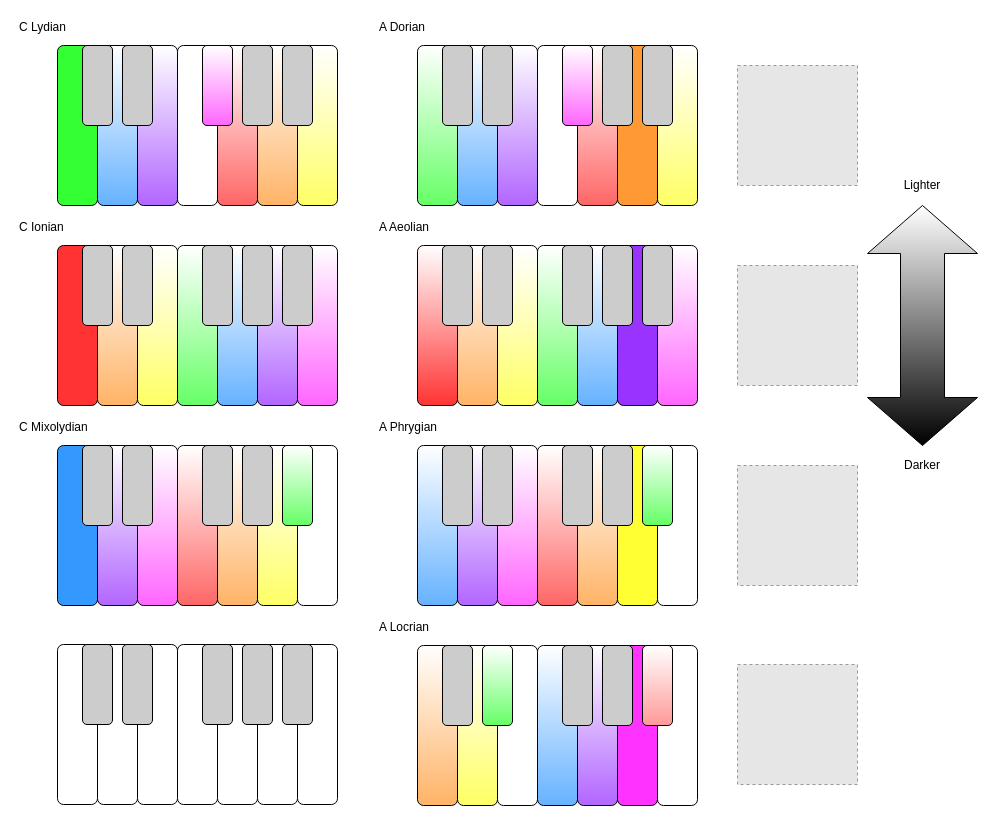
This is images/Modes.drawio from BenBarrett89/miscellaneous, a draw.io file, before an edit. Source tidied: cells renumbered, new cells numbered last; positions are measured from the earlier drawing's top-left corner, leaving out a move shared by most shapes. Both pictures are drawn from the tidied source at 100%, with x=0, y=0 at pixel (17, 17). Pictures stored in the file or linked from it are replaced by grey dashed boxes.
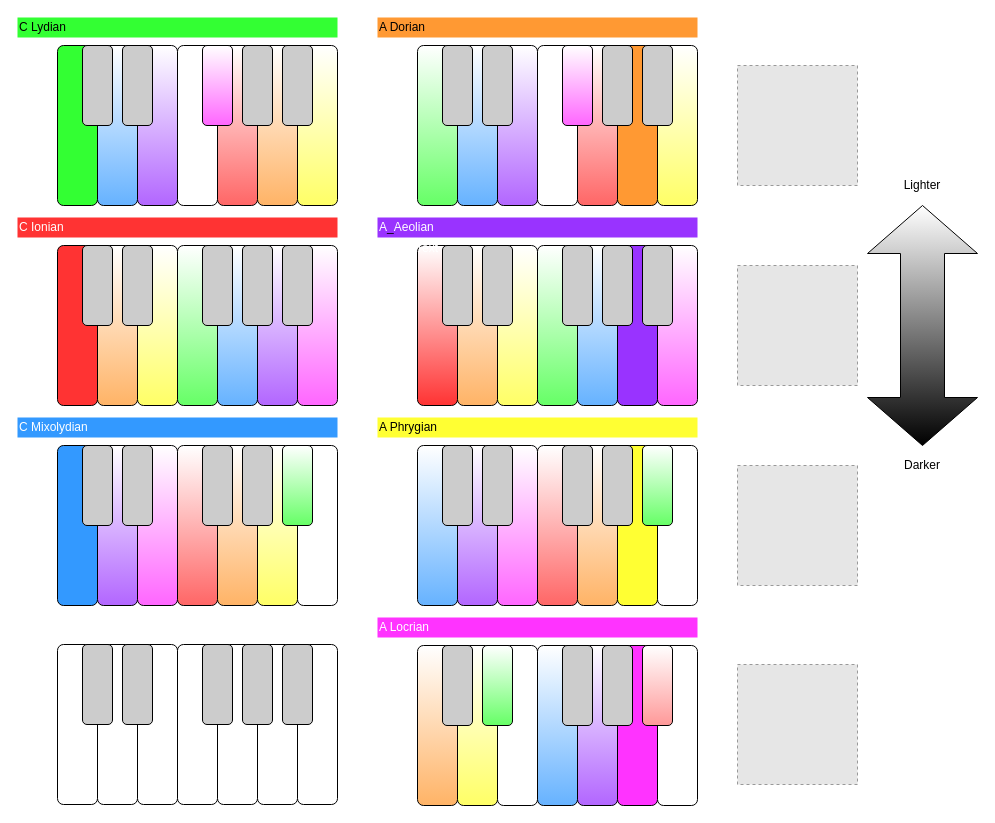
The same page after the edit.

Commit message (it also covers changes not shown here):
Added colours and kind of fixed the Aeolian issue

The edit, as a diff of the source:
```diff
@@
-    <mxCell id="26" value="C Ionian" style="text;html=1;strokeColor=none;fillColor=none;align=left;verticalAlign=middle;whiteSpace=wrap;rounded=0;" parent="1" vertex="1">
+    <mxCell id="26" value="C Ionian" style="text;html=1;strokeColor=none;fillColor=#FF3333;align=left;verticalAlign=middle;whiteSpace=wrap;rounded=0;fontColor=#FFFFFF;" parent="1" vertex="1">
       <mxGeometry y="200" width="320" height="20" as="geometry" />
     </mxCell>
-    <mxCell id="27" value="A Dorian" style="text;html=1;strokeColor=none;fillColor=none;align=left;verticalAlign=middle;whiteSpace=wrap;rounded=0;" parent="1" vertex="1">
+    <mxCell id="27" value="A Dorian" style="text;html=1;strokeColor=none;fillColor=#FF9933;align=left;verticalAlign=middle;whiteSpace=wrap;rounded=0;" parent="1" vertex="1">
       <mxGeometry x="360" width="320" height="20" as="geometry" />
     </mxCell>
@@
-    <mxCell id="40" value="A Phrygian" style="text;html=1;strokeColor=none;fillColor=none;align=left;verticalAlign=middle;whiteSpace=wrap;rounded=0;" parent="1" vertex="1">
+    <mxCell id="40" value="A Phrygian" style="text;html=1;strokeColor=none;fillColor=#FFFF33;align=left;verticalAlign=middle;whiteSpace=wrap;rounded=0;labelBackgroundColor=none;" parent="1" vertex="1">
       <mxGeometry x="360" y="400" width="320" height="20" as="geometry" />
     </mxCell>
@@
-    <mxCell id="53" value="C Lydian" style="text;html=1;strokeColor=none;fillColor=none;align=left;verticalAlign=middle;whiteSpace=wrap;rounded=0;" parent="1" vertex="1">
+    <mxCell id="53" value="C Lydian" style="text;html=1;strokeColor=none;fillColor=#33FF33;align=left;verticalAlign=middle;whiteSpace=wrap;rounded=0;" parent="1" vertex="1">
       <mxGeometry width="320" height="20" as="geometry" />
     </mxCell>
-    <mxCell id="54" style="rounded=1;whiteSpace=wrap;html=1;fillColor=#3399FF;" parent="1" vertex="1">
+    <mxCell id="54" style="rounded=1;whiteSpace=wrap;html=1;fillColor=#3399FF;gradientColor=none;" parent="1" vertex="1">
       <mxGeometry x="40" y="428" width="40" height="160" as="geometry" />
     </mxCell>
@@
-    <mxCell id="66" value="C Mixolydian" style="text;html=1;strokeColor=none;fillColor=none;align=left;verticalAlign=middle;whiteSpace=wrap;rounded=0;" parent="1" vertex="1">
+    <mxCell id="66" value="C Mixolydian" style="text;html=1;strokeColor=none;fillColor=#3399FF;align=left;verticalAlign=middle;whiteSpace=wrap;rounded=0;fontColor=#FFFFFF;" parent="1" vertex="1">
       <mxGeometry y="400" width="320" height="20" as="geometry" />
     </mxCell>
@@
-    <mxCell id="79" value="A Aeolian" style="text;html=1;strokeColor=none;fillColor=none;align=left;verticalAlign=middle;whiteSpace=wrap;rounded=0;" parent="1" vertex="1">
-      <mxGeometry x="360" y="200" width="320" height="20" as="geometry" />
-    </mxCell>
@@
-    <mxCell id="92" value="A Locrian" style="text;html=1;strokeColor=none;fillColor=none;align=left;verticalAlign=middle;whiteSpace=wrap;rounded=0;" parent="1" vertex="1">
+    <mxCell id="92" value="A Locrian" style="text;html=1;strokeColor=none;fillColor=#FF33FF;align=left;verticalAlign=middle;whiteSpace=wrap;rounded=0;fontColor=#FFFFFF;" parent="1" vertex="1">
       <mxGeometry x="360" y="600" width="320" height="20" as="geometry" />
     </mxCell>
@@
+    <mxCell id="112" value="A&lt;font color=&quot;#000000&quot;&gt;_&lt;/font&gt;Aeolian&amp;nbsp;" style="text;html=1;strokeColor=none;fillColor=#9933FF;align=left;verticalAlign=middle;whiteSpace=wrap;rounded=0;labelBackgroundColor=none;fontColor=#FFFFFF;" parent="1" vertex="1">
+      <mxGeometry x="360" y="200" width="320" height="20" as="geometry" />
+    </mxCell>
+    <mxCell id="113" value="Text" style="text;html=1;align=left;verticalAlign=top;spacingTop=-4;fontColor=#FFFFFF;" parent="1" vertex="1">
+      <mxGeometry x="397" y="221" width="40" height="20" as="geometry" />
+    </mxCell>
```
